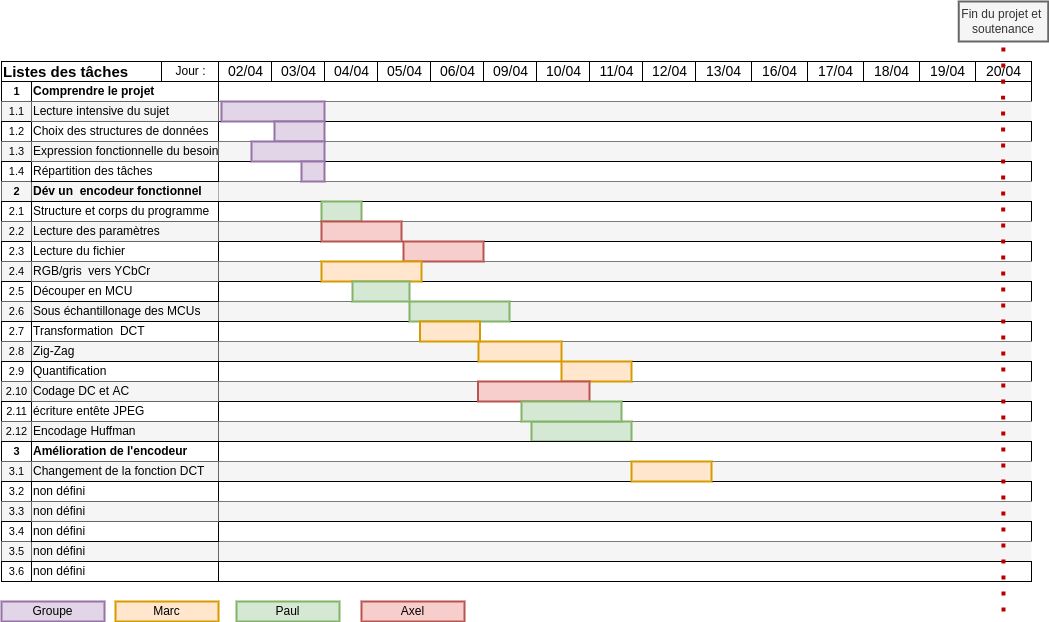
Before: docs/Gantt.drawio.png, a diagram exported from draw.io (Paul-vrn/jpeg-encoder). Source tidied: cells renumbered, new cells last; positions are measured from the earlier drawing's top-left corner, leaving out a move shared by most shapes.
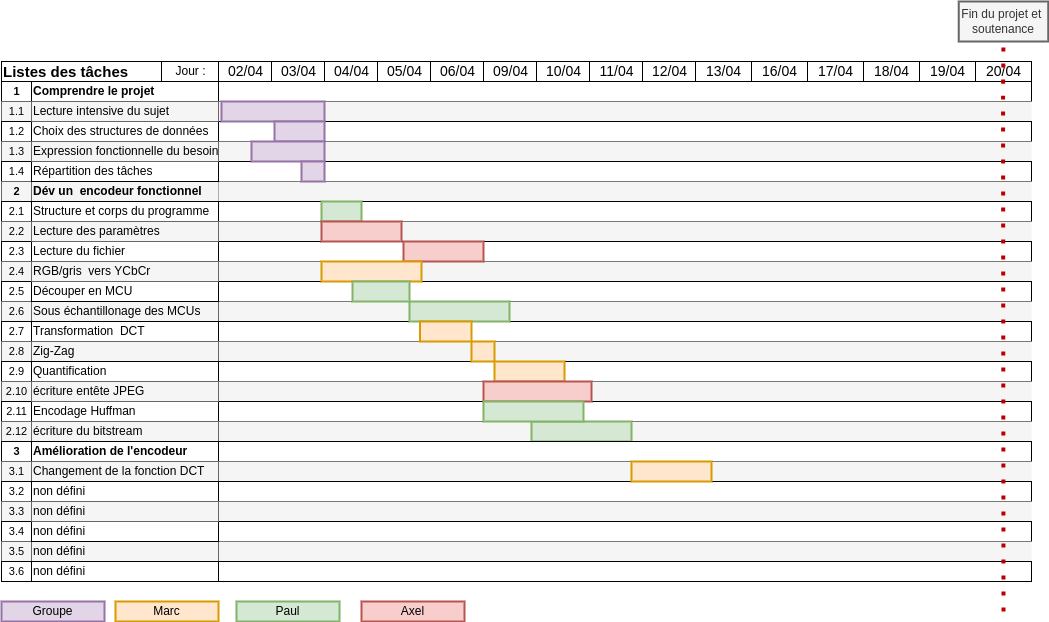
Later version of the same file.

What changed in the source:
```diff
@@ -209,10 +209,10 @@
     <mxCell id="70" style="align=left;html=1;fillColor=#f5f5f5;fontColor=#333333;strokeColor=none;" parent="1" vertex="1">
       <mxGeometry x="217" y="420" width="813" height="20" as="geometry" />
     </mxCell>
-    <mxCell id="71" value="écriture entête JPEG" style="align=left;html=1;perimeterSpacing=0;" parent="1" vertex="1">
+    <mxCell id="71" value="Encodage Huffman" style="align=left;html=1;perimeterSpacing=0;" parent="1" vertex="1">
       <mxGeometry x="30" y="400" width="187" height="20" as="geometry" />
     </mxCell>
-    <mxCell id="72" value="Codage DC et AC" style="align=left;html=1;strokeColor=#666666;perimeterSpacing=0;fillColor=#f5f5f5;" parent="1" vertex="1">
+    <mxCell id="72" value="écriture entête JPEG" style="align=left;html=1;strokeColor=#666666;perimeterSpacing=0;fillColor=#f5f5f5;" parent="1" vertex="1">
       <mxGeometry x="30" y="380" width="187" height="20" as="geometry" />
     </mxCell>
     <mxCell id="73" style="rounded=0;whiteSpace=wrap;html=1;fillColor=#e1d5e7;strokeColor=#9673a6;strokeWidth=2;" parent="1" vertex="1">
@@ -243,13 +243,13 @@
       <mxGeometry x="408" y="300" width="100" height="20" as="geometry" />
     </mxCell>
     <mxCell id="82" style="rounded=0;whiteSpace=wrap;html=1;fillColor=#ffe6cc;strokeColor=#d79b00;strokeWidth=2;" parent="1" vertex="1">
-      <mxGeometry x="477" y="340" width="83" height="20" as="geometry" />
+      <mxGeometry x="470" y="340" width="23" height="20" as="geometry" />
     </mxCell>
     <mxCell id="83" style="rounded=0;whiteSpace=wrap;html=1;fillColor=#ffe6cc;strokeColor=#d79b00;strokeWidth=2;" parent="1" vertex="1">
-      <mxGeometry x="560" y="360" width="70" height="20" as="geometry" />
+      <mxGeometry x="493" y="360" width="70" height="20" as="geometry" />
     </mxCell>
     <mxCell id="84" style="rounded=0;whiteSpace=wrap;html=1;fillColor=#f8cecc;strokeColor=#b85450;strokeWidth=2;" parent="1" vertex="1">
-      <mxGeometry x="476.5" y="380" width="111.5" height="20" as="geometry" />
+      <mxGeometry x="482" y="380" width="108" height="20" as="geometry" />
     </mxCell>
     <mxCell id="85" style="rounded=0;whiteSpace=wrap;html=1;fillColor=#d5e8d4;strokeColor=#82b366;strokeWidth=2;" parent="1" vertex="1">
       <mxGeometry x="530" y="420" width="100" height="20" as="geometry" />
@@ -257,7 +257,7 @@
     <mxCell id="86" value="2.12" style="strokeWidth=1;fontStyle=0;html=1;verticalAlign=middle;align=center;strokeColor=#666666;fontColor=#000000;fillColor=#f5f5f5;fontSize=11;fontFamily=Helvetica;" parent="1" vertex="1">
       <mxGeometry y="420" width="30" height="20" as="geometry" />
     </mxCell>
-    <mxCell id="87" value="Encodage Huffman" style="align=left;html=1;strokeColor=#666666;perimeterSpacing=0;fillColor=#f5f5f5;" parent="1" vertex="1">
+    <mxCell id="87" value="écriture du bitstream" style="align=left;html=1;strokeColor=#666666;perimeterSpacing=0;fillColor=#f5f5f5;" parent="1" vertex="1">
       <mxGeometry x="30" y="420" width="187" height="20" as="geometry" />
     </mxCell>
     <mxCell id="88" style="rounded=0;whiteSpace=wrap;html=1;fillColor=#d5e8d4;strokeColor=#82b366;strokeWidth=2;" parent="1" vertex="1">
@@ -352,10 +352,10 @@
       <mxGeometry x="351" y="280" width="57" height="20" as="geometry" />
     </mxCell>
     <mxCell id="116" style="rounded=0;whiteSpace=wrap;html=1;fillColor=#ffe6cc;strokeColor=#d79b00;strokeWidth=2;" parent="1" vertex="1">
-      <mxGeometry x="418.5" y="320" width="60" height="20" as="geometry" />
+      <mxGeometry x="418.5" y="320" width="51.5" height="20" as="geometry" />
     </mxCell>
-    <mxCell id="117" style="rounded=0;whiteSpace=wrap;html=1;fillColor=#d5e8d4;strokeColor=#82b366;strokeWidth=2;" parent="1" vertex="1">
-      <mxGeometry x="520" y="400" width="100" height="20" as="geometry" />
-    </mxCell>
+    <mxCell id="118" style="rounded=0;whiteSpace=wrap;html=1;fillColor=#d5e8d4;strokeColor=#82b366;strokeWidth=2;" parent="1" vertex="1">
+      <mxGeometry x="482" y="400" width="100" height="20" as="geometry" />
+    </mxCell>
   </root>
 </mxGraphModel>
```
